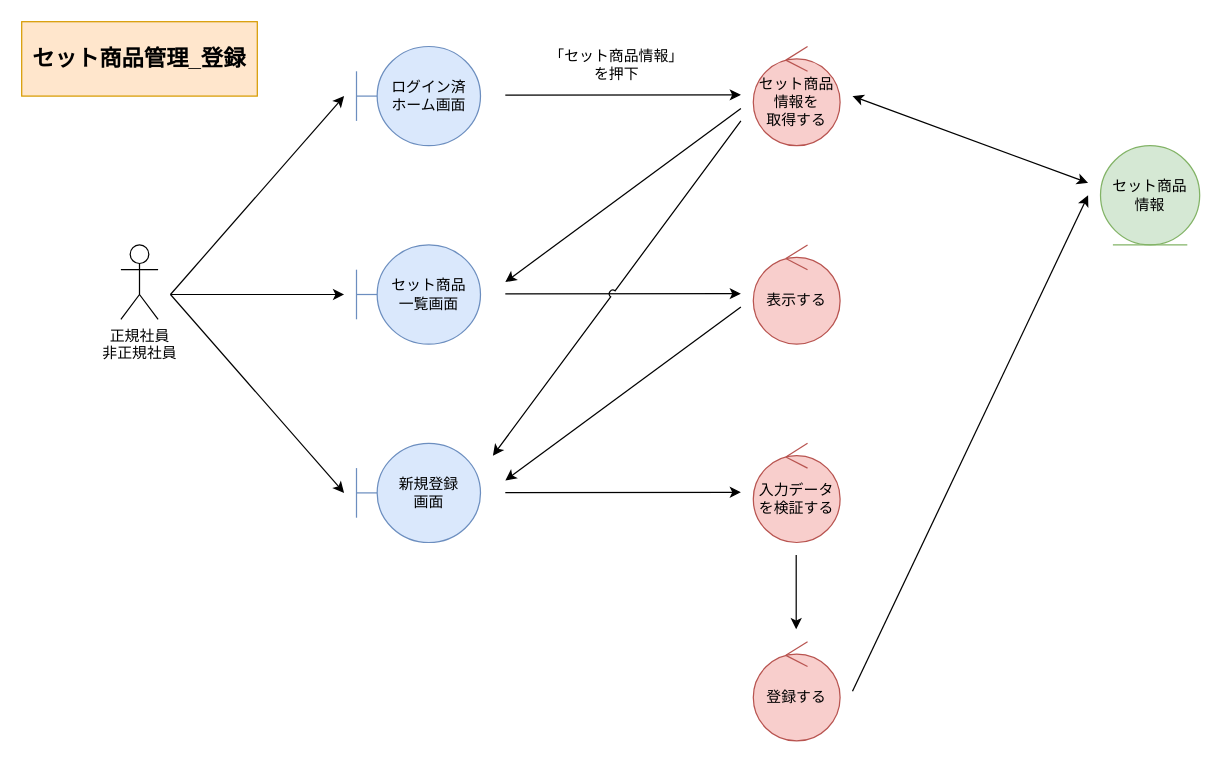
This is page "*セット商品管理_登録" (3 of 6) of 各種設計書/3ロバストネス図/商品情報管理/1.在庫管理.drawio from HaruShim/Sotuken, a draw.io file, before an edit. Source tidied: cells renumbered, new cells numbered last; positions are measured from the earlier drawing's top-left corner, leaving out a move shared by most shapes. Both pictures are drawn from the tidied source at 124%, with x=0, y=0 at pixel (21, 21).
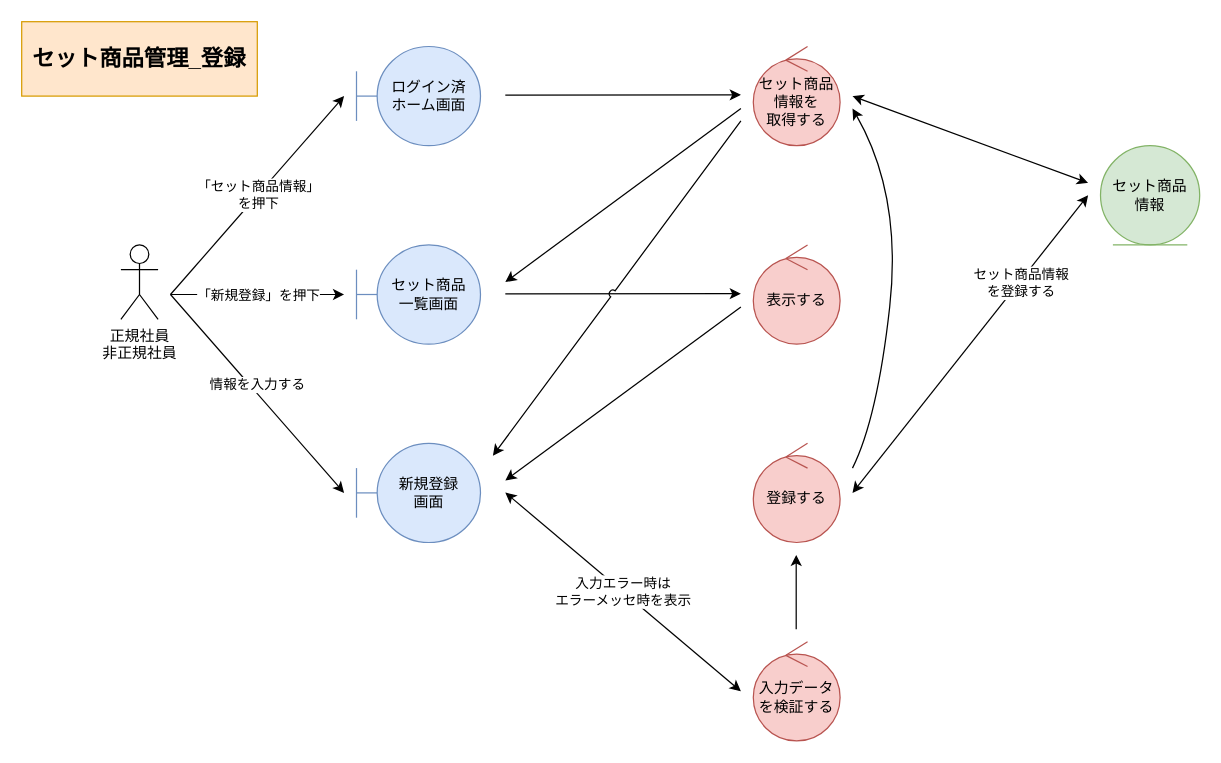
After the change.

The edit, as a diff of the source:
```diff
@@
-    <mxCell id="7" style="endArrow=classic;html=1;rounded=0;startArrow=none;startFill=0;" parent="1" edge="1">
-      <mxGeometry relative="1" as="geometry">
-        <mxPoint x="390" y="59.2" as="sourcePoint" />
-        <mxPoint x="580" y="59" as="targetPoint" />
-      </mxGeometry>
-    </mxCell>
+    <mxCell id="25" style="endArrow=classic;html=1;rounded=0;startArrow=none;startFill=0;" parent="1" edge="1">
+      <mxGeometry relative="1" as="geometry">
+        <mxPoint x="390" y="59.2" as="sourcePoint" />
+        <mxPoint x="580" y="59" as="targetPoint" />
+      </mxGeometry>
+    </mxCell>
+    <mxCell id="26" style="endArrow=classic;html=1;rounded=0;" parent="1" edge="1">
+      <mxGeometry relative="1" as="geometry">
+        <mxPoint x="120" y="220" as="sourcePoint" />
+        <mxPoint x="260" y="60" as="targetPoint" />
+      </mxGeometry>
+    </mxCell>
-    <mxCell id="8" value="「セット商品情報」&lt;br&gt;を押下" style="text;html=1;strokeColor=none;fillColor=none;align=center;verticalAlign=middle;whiteSpace=wrap;rounded=0;" parent="1" vertex="1">
-      <mxGeometry x="420" y="20" width="120" height="30" as="geometry" />
+    <mxCell id="8" value="「セット商品情報」&lt;br&gt;を押下" style="edgeLabel;html=1;align=center;verticalAlign=middle;fontColor=default;" parent="26" vertex="1">
+      <mxGeometry x="-0.15" y="-2" relative="1" as="geometry">
+        <mxPoint x="10" y="-14" as="offset" />
+      </mxGeometry>
     </mxCell>
-    <mxCell id="9" style="endArrow=classic;html=1;rounded=0;" parent="1" edge="1">
-      <mxGeometry relative="1" as="geometry">
-        <mxPoint x="120" y="220" as="sourcePoint" />
-        <mxPoint x="260" y="60" as="targetPoint" />
-      </mxGeometry>
-    </mxCell>
-    <mxCell id="10" style="endArrow=classic;html=1;rounded=0;" parent="1" edge="1">
-      <mxGeometry relative="1" as="geometry">
-        <mxPoint x="120" y="220" as="sourcePoint" />
-        <mxPoint x="260" y="220" as="targetPoint" />
-      </mxGeometry>
-    </mxCell>
-    <mxCell id="11" style="endArrow=classic;html=1;rounded=0;startArrow=classic;startFill=1;" parent="1" edge="1">
-      <mxGeometry relative="1" as="geometry">
-        <mxPoint x="670" y="60" as="sourcePoint" />
-        <mxPoint x="860" y="130" as="targetPoint" />
-      </mxGeometry>
-    </mxCell>
-    <mxCell id="12" style="endArrow=classic;html=1;rounded=0;" parent="1" edge="1">
-      <mxGeometry relative="1" as="geometry">
-        <mxPoint x="580" y="70" as="sourcePoint" />
-        <mxPoint x="390" y="210" as="targetPoint" />
-      </mxGeometry>
-    </mxCell>
+    <mxCell id="27" style="endArrow=classic;html=1;rounded=0;" parent="1" edge="1">
+      <mxGeometry relative="1" as="geometry">
+        <mxPoint x="120" y="220" as="sourcePoint" />
+        <mxPoint x="260" y="220" as="targetPoint" />
+      </mxGeometry>
+    </mxCell>
+    <mxCell id="28" value="「新規登録」を押下" style="edgeLabel;html=1;align=center;verticalAlign=middle;fontColor=default;" parent="27" vertex="1">
+      <mxGeometry x="0.17" relative="1" as="geometry">
+        <mxPoint x="-12" as="offset" />
+      </mxGeometry>
+    </mxCell>
+    <mxCell id="29" style="endArrow=classic;html=1;rounded=0;startArrow=classic;startFill=1;" parent="1" edge="1">
+      <mxGeometry relative="1" as="geometry">
+        <mxPoint x="670" y="60" as="sourcePoint" />
+        <mxPoint x="860" y="130" as="targetPoint" />
+      </mxGeometry>
+    </mxCell>
+    <mxCell id="30" style="endArrow=classic;html=1;rounded=0;" parent="1" edge="1">
+      <mxGeometry relative="1" as="geometry">
+        <mxPoint x="580" y="70" as="sourcePoint" />
+        <mxPoint x="390" y="210" as="targetPoint" />
+      </mxGeometry>
+    </mxCell>
@@
-    <mxCell id="14" style="endArrow=classic;html=1;rounded=0;" parent="1" edge="1">
-      <mxGeometry relative="1" as="geometry">
-        <mxPoint x="120" y="220" as="sourcePoint" />
-        <mxPoint x="260" y="380" as="targetPoint" />
-      </mxGeometry>
-    </mxCell>
+    <mxCell id="31" style="endArrow=classic;html=1;rounded=0;" parent="1" edge="1">
+      <mxGeometry relative="1" as="geometry">
+        <mxPoint x="120" y="220" as="sourcePoint" />
+        <mxPoint x="260" y="380" as="targetPoint" />
+      </mxGeometry>
+    </mxCell>
+    <mxCell id="32" value="情報を入力する" style="edgeLabel;html=1;align=center;verticalAlign=middle;fontColor=default;" parent="31" vertex="1">
+      <mxGeometry x="-0.09" relative="1" as="geometry">
+        <mxPoint x="6" as="offset" />
+      </mxGeometry>
+    </mxCell>
@@
-    <mxCell id="16" style="endArrow=classic;html=1;rounded=0;startArrow=none;startFill=0;" parent="1" edge="1">
-      <mxGeometry relative="1" as="geometry">
-        <mxPoint x="390" y="219.5" as="sourcePoint" />
-        <mxPoint x="580" y="219.3" as="targetPoint" />
-      </mxGeometry>
-    </mxCell>
-    <mxCell id="17" style="endArrow=classic;html=1;rounded=0;" parent="1" edge="1">
-      <mxGeometry relative="1" as="geometry">
-        <mxPoint x="580" y="230" as="sourcePoint" />
-        <mxPoint x="390" y="370" as="targetPoint" />
-      </mxGeometry>
-    </mxCell>
+    <mxCell id="33" style="endArrow=classic;html=1;rounded=0;startArrow=none;startFill=0;" parent="1" edge="1">
+      <mxGeometry relative="1" as="geometry">
+        <mxPoint x="390" y="219.5" as="sourcePoint" />
+        <mxPoint x="580" y="219.3" as="targetPoint" />
+      </mxGeometry>
+    </mxCell>
+    <mxCell id="34" style="endArrow=classic;html=1;rounded=0;" parent="1" edge="1">
+      <mxGeometry relative="1" as="geometry">
+        <mxPoint x="580" y="230" as="sourcePoint" />
+        <mxPoint x="390" y="370" as="targetPoint" />
+      </mxGeometry>
+    </mxCell>
     <mxCell id="18" value="登録する" style="ellipse;shape=umlControl;whiteSpace=wrap;html=1;fillColor=#f8cecc;strokeColor=#b85450;" parent="1" vertex="1">
-      <mxGeometry x="590" y="500" width="70" height="80" as="geometry" />
+      <mxGeometry x="590" y="340" width="70" height="80" as="geometry" />
     </mxCell>
     <mxCell id="19" value="入力データを検証する" style="ellipse;shape=umlControl;whiteSpace=wrap;html=1;fillColor=#f8cecc;strokeColor=#b85450;" parent="1" vertex="1">
-      <mxGeometry x="590" y="340" width="70" height="80" as="geometry" />
+      <mxGeometry x="590" y="500" width="70" height="80" as="geometry" />
     </mxCell>
-    <mxCell id="20" style="endArrow=classic;html=1;rounded=0;startArrow=none;startFill=0;" parent="1" edge="1">
-      <mxGeometry relative="1" as="geometry">
-        <mxPoint x="390" y="379.7" as="sourcePoint" />
-        <mxPoint x="580" y="379.5" as="targetPoint" />
-      </mxGeometry>
-    </mxCell>
-    <mxCell id="21" style="endArrow=classic;html=1;rounded=0;" parent="1" edge="1">
-      <mxGeometry relative="1" as="geometry">
-        <mxPoint x="624.6" y="430" as="sourcePoint" />
-        <mxPoint x="624.6" y="490" as="targetPoint" />
-      </mxGeometry>
-    </mxCell>
-    <mxCell id="22" style="endArrow=none;html=1;rounded=0;endFill=0;startArrow=classic;startFill=1;" parent="1" edge="1">
-      <mxGeometry relative="1" as="geometry">
-        <mxPoint x="860" y="140" as="sourcePoint" />
-        <mxPoint x="670" y="540" as="targetPoint" />
-      </mxGeometry>
-    </mxCell>
-    <mxCell id="23" style="endArrow=classic;html=1;rounded=0;jumpStyle=arc;" parent="1" edge="1">
-      <mxGeometry relative="1" as="geometry">
-        <mxPoint x="580" y="80" as="sourcePoint" />
-        <mxPoint x="380" y="350" as="targetPoint" />
-      </mxGeometry>
-    </mxCell>
+    <mxCell id="35" value="入力エラー時は&lt;br&gt;エラーメッセ時を表示" style="endArrow=classic;html=1;rounded=0;startArrow=classic;startFill=1;strokeColor=default;labelBackgroundColor=default;fontColor=default;" parent="1" edge="1">
+      <mxGeometry relative="1" as="geometry">
+        <mxPoint x="390" y="379.7" as="sourcePoint" />
+        <mxPoint x="580" y="540" as="targetPoint" />
+      </mxGeometry>
+    </mxCell>
+    <mxCell id="36" style="endArrow=none;html=1;rounded=0;startArrow=classic;startFill=1;strokeColor=default;labelBackgroundColor=default;fontColor=default;endFill=0;" parent="1" edge="1">
+      <mxGeometry relative="1" as="geometry">
+        <mxPoint x="624.6" y="430" as="sourcePoint" />
+        <mxPoint x="624.6" y="490" as="targetPoint" />
+      </mxGeometry>
+    </mxCell>
+    <mxCell id="37" style="endArrow=classic;html=1;rounded=0;endFill=1;startArrow=classic;startFill=1;strokeColor=default;labelBackgroundColor=default;fontColor=default;" parent="1" edge="1">
+      <mxGeometry relative="1" as="geometry">
+        <mxPoint x="860" y="140" as="sourcePoint" />
+        <mxPoint x="670" y="380" as="targetPoint" />
+      </mxGeometry>
+    </mxCell>
+    <mxCell id="38" value="セット商品情報&lt;br&gt;を登録する" style="edgeLabel;html=1;align=center;verticalAlign=middle;fontColor=default;labelBackgroundColor=default;" parent="37" vertex="1">
+      <mxGeometry x="-0.41" relative="1" as="geometry">
+        <mxPoint x="1" as="offset" />
+      </mxGeometry>
+    </mxCell>
+    <mxCell id="39" style="endArrow=classic;html=1;rounded=0;jumpStyle=arc;" parent="1" edge="1">
+      <mxGeometry relative="1" as="geometry">
+        <mxPoint x="580" y="80" as="sourcePoint" />
+        <mxPoint x="380" y="350" as="targetPoint" />
+      </mxGeometry>
+    </mxCell>
@@
+    <mxCell id="40" style="curved=1;endArrow=classic;html=1;rounded=0;labelBackgroundColor=default;fontColor=default;strokeColor=default;jumpStyle=none;" parent="1" edge="1">
+      <mxGeometry relative="1" as="geometry">
+        <mxPoint x="670" y="360" as="sourcePoint" />
+        <mxPoint x="670" y="70" as="targetPoint" />
+        <Array as="points">
+          <mxPoint x="690" y="320" />
+          <mxPoint x="710" y="140" />
+        </Array>
+      </mxGeometry>
+    </mxCell>
```
